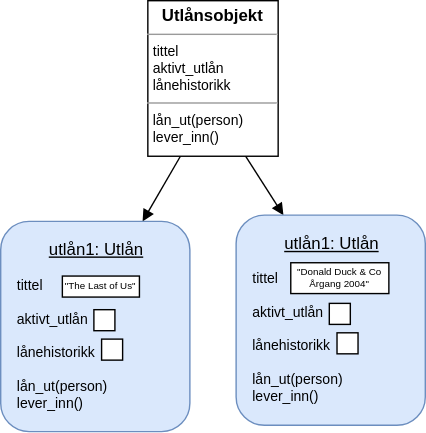
Earlier version of the draw.io export innhold/utlaansobjekter.svg (olavlan/it2). Source tidied: cells renumbered, new cells last; positions are measured from the earlier drawing's top-left corner, leaving out a move shared by most shapes. The source it was exported from:
```xml
<mxGraphModel>
  <root>
    <mxCell id="0" />
    <mxCell id="1" parent="0" />
    <mxCell id="2" style="edgeStyle=none;rounded=0;jettySize=auto;html=1;exitX=0.25;exitY=1;exitDx=0;exitDy=0;entryX=0.75;entryY=0;entryDx=0;entryDy=0;fontColor=#000000;endArrow=block;endFill=1;" parent="1" edge="1" source="4" target="5">
      <mxGeometry relative="1" as="geometry" />
    </mxCell>
    <mxCell id="3" style="edgeStyle=none;rounded=0;jettySize=auto;html=1;exitX=0.75;exitY=1;exitDx=0;exitDy=0;entryX=0.25;entryY=0;entryDx=0;entryDy=0;fontColor=#000000;endArrow=block;endFill=1;" parent="1" edge="1" source="4" target="11">
      <mxGeometry relative="1" as="geometry" />
    </mxCell>
    <mxCell id="4" value="&lt;p style=&quot;text-align: center; margin: 4px 0px 0px;&quot;&gt;&lt;b&gt;Utlånsobjekt&lt;/b&gt;&lt;br&gt;&lt;/p&gt;&lt;hr size=&quot;1&quot;&gt;&lt;p style=&quot;border-color: var(--border-color); margin: 0px 0px 0px 4px; font-size: 10px;&quot;&gt;&lt;font style=&quot;border-color: var(--border-color);&quot;&gt;tittel&lt;/font&gt;&lt;/p&gt;&lt;p style=&quot;border-color: var(--border-color); margin: 0px 0px 0px 4px; font-size: 10px;&quot;&gt;&lt;font style=&quot;border-color: var(--border-color);&quot;&gt;aktivt_utlån&lt;/font&gt;&lt;/p&gt;&lt;p style=&quot;border-color: var(--border-color); margin: 0px 0px 0px 4px; font-size: 10px;&quot;&gt;&lt;font&gt;lånehistorikk&lt;/font&gt;&lt;/p&gt;&lt;hr size=&quot;1&quot;&gt;&lt;p style=&quot;margin: 0px 0px 0px 4px; font-size: 10px;&quot;&gt;lån_ut(person)&lt;br&gt;&lt;/p&gt;&lt;p style=&quot;margin: 0px 0px 0px 4px; font-size: 10px;&quot;&gt;&lt;font&gt;lever_inn()&lt;/font&gt;&lt;/p&gt;" style="verticalAlign=top;align=left;overflow=fill;fontSize=12;fontFamily=Helvetica;html=1;fontColor=#000000;" parent="1" vertex="1">
      <mxGeometry x="105" width="93" height="111" as="geometry" />
    </mxCell>
    <mxCell id="5" style="rounded=1;whiteSpace=wrap;html=1;fillColor=#dae8fc;strokeColor=#6c8ebf;horizontal=1;verticalAlign=middle;" parent="1" vertex="1">
      <mxGeometry y="157.5" width="135" height="150" as="geometry" />
    </mxCell>
    <mxCell id="6" value="&lt;u style=&quot;font-size: 12px;&quot;&gt;utlån1: Utlån&lt;/u&gt;" style="text;html=1;align=center;verticalAlign=middle;strokeColor=none;fillColor=none;fontSize=12;fontColor=#000000;" parent="1" vertex="1">
      <mxGeometry x="24" y="164.5" width="87" height="27" as="geometry" />
    </mxCell>
    <mxCell id="7" value="&quot;The Last of Us&quot;" style="rounded=0;whiteSpace=wrap;html=1;fontFamily=Helvetica;fontSize=7;fontColor=default;" parent="1" vertex="1">
      <mxGeometry x="44" y="196.5" width="55" height="15" as="geometry" />
    </mxCell>
    <mxCell id="8" style="rounded=0;whiteSpace=wrap;html=1;fontFamily=Helvetica;fontSize=7;fontColor=default;" parent="1" vertex="1">
      <mxGeometry x="66.5" y="220.5" width="15" height="15" as="geometry" />
    </mxCell>
    <mxCell id="9" style="rounded=0;whiteSpace=wrap;html=1;fontFamily=Helvetica;fontSize=7;fontColor=default;" parent="1" vertex="1">
      <mxGeometry x="72" y="241.5" width="15" height="15" as="geometry" />
    </mxCell>
    <mxCell id="10" value="&lt;font&gt;tittel&lt;br&gt;&lt;br&gt;aktivt_utlån&lt;/font&gt;&lt;br&gt;&lt;br&gt;&lt;font&gt;lånehistorikk&lt;/font&gt;&lt;br&gt;&lt;font&gt;&lt;br&gt;lån_ut(person)&lt;br&gt;lever_inn()&lt;/font&gt;" style="text;strokeColor=none;align=left;fillColor=none;html=1;verticalAlign=middle;whiteSpace=wrap;rounded=0;fontSize=10;spacingTop=0;spacing=0;fontColor=#000000;" parent="1" vertex="1">
      <mxGeometry x="12" y="239.5" width="60" height="10" as="geometry" />
    </mxCell>
    <mxCell id="11" style="rounded=1;whiteSpace=wrap;html=1;fillColor=#dae8fc;strokeColor=#6c8ebf;horizontal=1;verticalAlign=middle;" parent="1" vertex="1">
      <mxGeometry x="168" y="153" width="135" height="150" as="geometry" />
    </mxCell>
    <mxCell id="12" value="&lt;u style=&quot;font-size: 12px;&quot;&gt;utlån1: Utlån&lt;/u&gt;" style="text;html=1;align=center;verticalAlign=middle;strokeColor=none;fillColor=none;fontSize=12;fontColor=#000000;" parent="1" vertex="1">
      <mxGeometry x="192" y="160" width="87" height="27" as="geometry" />
    </mxCell>
    <mxCell id="13" value="&quot;Donald Duck &amp;amp; Co Årgang 2004&quot;" style="rounded=0;whiteSpace=wrap;html=1;fontFamily=Helvetica;fontSize=7;fontColor=default;" parent="1" vertex="1">
      <mxGeometry x="207" y="187" width="70" height="22" as="geometry" />
    </mxCell>
    <mxCell id="14" style="rounded=0;whiteSpace=wrap;html=1;fontFamily=Helvetica;fontSize=7;fontColor=default;" parent="1" vertex="1">
      <mxGeometry x="234.5" y="216" width="15" height="15" as="geometry" />
    </mxCell>
    <mxCell id="15" style="rounded=0;whiteSpace=wrap;html=1;fontFamily=Helvetica;fontSize=7;fontColor=default;" parent="1" vertex="1">
      <mxGeometry x="240" y="237" width="15" height="15" as="geometry" />
    </mxCell>
    <mxCell id="16" value="&lt;font&gt;tittel&lt;br&gt;&lt;br&gt;aktivt_utlån&lt;/font&gt;&lt;br&gt;&lt;br&gt;&lt;font&gt;lånehistorikk&lt;/font&gt;&lt;br&gt;&lt;font&gt;&lt;br&gt;lån_ut(person)&lt;br&gt;lever_inn()&lt;/font&gt;" style="text;strokeColor=none;align=left;fillColor=none;html=1;verticalAlign=middle;whiteSpace=wrap;rounded=0;fontSize=10;spacingTop=0;spacing=0;fontColor=#000000;" parent="1" vertex="1">
      <mxGeometry x="180" y="235" width="60" height="10" as="geometry" />
    </mxCell>
  </root>
</mxGraphModel>
```
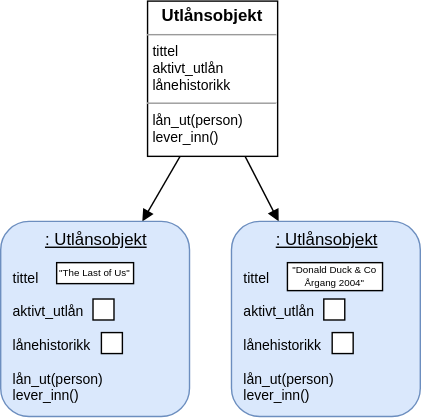
Later version of the same file.

Commit message:
Rettet feil i figurer i Arv-kapittelet

What changed in the source:
```diff
@@ -5,47 +5,47 @@
     <mxCell id="2" style="edgeStyle=none;rounded=0;jettySize=auto;html=1;exitX=0.25;exitY=1;exitDx=0;exitDy=0;entryX=0.75;entryY=0;entryDx=0;entryDy=0;fontColor=#000000;endArrow=block;endFill=1;" parent="1" edge="1" source="4" target="5">
       <mxGeometry relative="1" as="geometry" />
     </mxCell>
-    <mxCell id="3" style="edgeStyle=none;rounded=0;jettySize=auto;html=1;exitX=0.75;exitY=1;exitDx=0;exitDy=0;entryX=0.25;entryY=0;entryDx=0;entryDy=0;fontColor=#000000;endArrow=block;endFill=1;" parent="1" edge="1" source="4" target="11">
+    <mxCell id="3" style="edgeStyle=none;rounded=0;jettySize=auto;html=1;exitX=0.75;exitY=1;exitDx=0;exitDy=0;entryX=0.25;entryY=0;entryDx=0;entryDy=0;fontColor=#000000;endArrow=block;endFill=1;" parent="1" edge="1" source="4" target="17">
       <mxGeometry relative="1" as="geometry" />
     </mxCell>
     <mxCell id="4" value="&lt;p style=&quot;text-align: center; margin: 4px 0px 0px;&quot;&gt;&lt;b&gt;Utlånsobjekt&lt;/b&gt;&lt;br&gt;&lt;/p&gt;&lt;hr size=&quot;1&quot;&gt;&lt;p style=&quot;border-color: var(--border-color); margin: 0px 0px 0px 4px; font-size: 10px;&quot;&gt;&lt;font style=&quot;border-color: var(--border-color);&quot;&gt;tittel&lt;/font&gt;&lt;/p&gt;&lt;p style=&quot;border-color: var(--border-color); margin: 0px 0px 0px 4px; font-size: 10px;&quot;&gt;&lt;font style=&quot;border-color: var(--border-color);&quot;&gt;aktivt_utlån&lt;/font&gt;&lt;/p&gt;&lt;p style=&quot;border-color: var(--border-color); margin: 0px 0px 0px 4px; font-size: 10px;&quot;&gt;&lt;font&gt;lånehistorikk&lt;/font&gt;&lt;/p&gt;&lt;hr size=&quot;1&quot;&gt;&lt;p style=&quot;margin: 0px 0px 0px 4px; font-size: 10px;&quot;&gt;lån_ut(person)&lt;br&gt;&lt;/p&gt;&lt;p style=&quot;margin: 0px 0px 0px 4px; font-size: 10px;&quot;&gt;&lt;font&gt;lever_inn()&lt;/font&gt;&lt;/p&gt;" style="verticalAlign=top;align=left;overflow=fill;fontSize=12;fontFamily=Helvetica;html=1;fontColor=#000000;" parent="1" vertex="1">
       <mxGeometry x="105" width="93" height="111" as="geometry" />
     </mxCell>
     <mxCell id="5" style="rounded=1;whiteSpace=wrap;html=1;fillColor=#dae8fc;strokeColor=#6c8ebf;horizontal=1;verticalAlign=middle;" parent="1" vertex="1">
-      <mxGeometry y="157.5" width="135" height="150" as="geometry" />
+      <mxGeometry y="157.5" width="135" height="139.5" as="geometry" />
     </mxCell>
-    <mxCell id="6" value="&lt;u style=&quot;font-size: 12px;&quot;&gt;utlån1: Utlån&lt;/u&gt;" style="text;html=1;align=center;verticalAlign=middle;strokeColor=none;fillColor=none;fontSize=12;fontColor=#000000;" parent="1" vertex="1">
-      <mxGeometry x="24" y="164.5" width="87" height="27" as="geometry" />
+    <mxCell id="6" value="&lt;u style=&quot;font-size: 12px;&quot;&gt;: Utlånsobjekt&lt;/u&gt;" style="text;html=1;align=center;verticalAlign=middle;strokeColor=none;fillColor=none;fontSize=12;fontColor=#000000;" parent="1" vertex="1">
+      <mxGeometry x="21" y="157.5" width="93" height="27" as="geometry" />
     </mxCell>
     <mxCell id="7" value="&quot;The Last of Us&quot;" style="rounded=0;whiteSpace=wrap;html=1;fontFamily=Helvetica;fontSize=7;fontColor=default;" parent="1" vertex="1">
-      <mxGeometry x="44" y="196.5" width="55" height="15" as="geometry" />
+      <mxGeometry x="40" y="187" width="55" height="15" as="geometry" />
     </mxCell>
     <mxCell id="8" style="rounded=0;whiteSpace=wrap;html=1;fontFamily=Helvetica;fontSize=7;fontColor=default;" parent="1" vertex="1">
-      <mxGeometry x="66.5" y="220.5" width="15" height="15" as="geometry" />
+      <mxGeometry x="66" y="213" width="15" height="15" as="geometry" />
     </mxCell>
     <mxCell id="9" style="rounded=0;whiteSpace=wrap;html=1;fontFamily=Helvetica;fontSize=7;fontColor=default;" parent="1" vertex="1">
-      <mxGeometry x="72" y="241.5" width="15" height="15" as="geometry" />
+      <mxGeometry x="72" y="237" width="15" height="15" as="geometry" />
     </mxCell>
     <mxCell id="10" value="&lt;font&gt;tittel&lt;br&gt;&lt;br&gt;aktivt_utlån&lt;/font&gt;&lt;br&gt;&lt;br&gt;&lt;font&gt;lånehistorikk&lt;/font&gt;&lt;br&gt;&lt;font&gt;&lt;br&gt;lån_ut(person)&lt;br&gt;lever_inn()&lt;/font&gt;" style="text;strokeColor=none;align=left;fillColor=none;html=1;verticalAlign=middle;whiteSpace=wrap;rounded=0;fontSize=10;spacingTop=0;spacing=0;fontColor=#000000;" parent="1" vertex="1">
-      <mxGeometry x="12" y="239.5" width="60" height="10" as="geometry" />
+      <mxGeometry x="9" y="235" width="60" height="10" as="geometry" />
     </mxCell>
-    <mxCell id="11" style="rounded=1;whiteSpace=wrap;html=1;fillColor=#dae8fc;strokeColor=#6c8ebf;horizontal=1;verticalAlign=middle;" parent="1" vertex="1">
-      <mxGeometry x="168" y="153" width="135" height="150" as="geometry" />
-    </mxCell>
-    <mxCell id="12" value="&lt;u style=&quot;font-size: 12px;&quot;&gt;utlån1: Utlån&lt;/u&gt;" style="text;html=1;align=center;verticalAlign=middle;strokeColor=none;fillColor=none;fontSize=12;fontColor=#000000;" parent="1" vertex="1">
-      <mxGeometry x="192" y="160" width="87" height="27" as="geometry" />
-    </mxCell>
+    <mxCell id="17" style="rounded=1;whiteSpace=wrap;html=1;fillColor=#dae8fc;strokeColor=#6c8ebf;horizontal=1;verticalAlign=middle;" parent="1" vertex="1">
+      <mxGeometry x="165" y="157.5" width="135" height="139.5" as="geometry" />
+    </mxCell>
+    <mxCell id="18" value="&lt;u style=&quot;font-size: 12px;&quot;&gt;: Utlånsobjekt&lt;/u&gt;" style="text;html=1;align=center;verticalAlign=middle;strokeColor=none;fillColor=none;fontSize=12;fontColor=#000000;" parent="1" vertex="1">
+      <mxGeometry x="186" y="157.5" width="93" height="27" as="geometry" />
+    </mxCell>
     <mxCell id="13" value="&quot;Donald Duck &amp;amp; Co Årgang 2004&quot;" style="rounded=0;whiteSpace=wrap;html=1;fontFamily=Helvetica;fontSize=7;fontColor=default;" parent="1" vertex="1">
-      <mxGeometry x="207" y="187" width="70" height="22" as="geometry" />
+      <mxGeometry x="205" y="187" width="68" height="20" as="geometry" />
     </mxCell>
-    <mxCell id="14" style="rounded=0;whiteSpace=wrap;html=1;fontFamily=Helvetica;fontSize=7;fontColor=default;" parent="1" vertex="1">
-      <mxGeometry x="234.5" y="216" width="15" height="15" as="geometry" />
-    </mxCell>
-    <mxCell id="15" style="rounded=0;whiteSpace=wrap;html=1;fontFamily=Helvetica;fontSize=7;fontColor=default;" parent="1" vertex="1">
-      <mxGeometry x="240" y="237" width="15" height="15" as="geometry" />
-    </mxCell>
+    <mxCell id="19" style="rounded=0;whiteSpace=wrap;html=1;fontFamily=Helvetica;fontSize=7;fontColor=default;" parent="1" vertex="1">
+      <mxGeometry x="231" y="213" width="15" height="15" as="geometry" />
+    </mxCell>
+    <mxCell id="20" style="rounded=0;whiteSpace=wrap;html=1;fontFamily=Helvetica;fontSize=7;fontColor=default;" parent="1" vertex="1">
+      <mxGeometry x="237" y="237" width="15" height="15" as="geometry" />
+    </mxCell>
     <mxCell id="16" value="&lt;font&gt;tittel&lt;br&gt;&lt;br&gt;aktivt_utlån&lt;/font&gt;&lt;br&gt;&lt;br&gt;&lt;font&gt;lånehistorikk&lt;/font&gt;&lt;br&gt;&lt;font&gt;&lt;br&gt;lån_ut(person)&lt;br&gt;lever_inn()&lt;/font&gt;" style="text;strokeColor=none;align=left;fillColor=none;html=1;verticalAlign=middle;whiteSpace=wrap;rounded=0;fontSize=10;spacingTop=0;spacing=0;fontColor=#000000;" parent="1" vertex="1">
-      <mxGeometry x="180" y="235" width="60" height="10" as="geometry" />
+      <mxGeometry x="174" y="235" width="60" height="10" as="geometry" />
     </mxCell>
   </root>
 </mxGraphModel>
```
